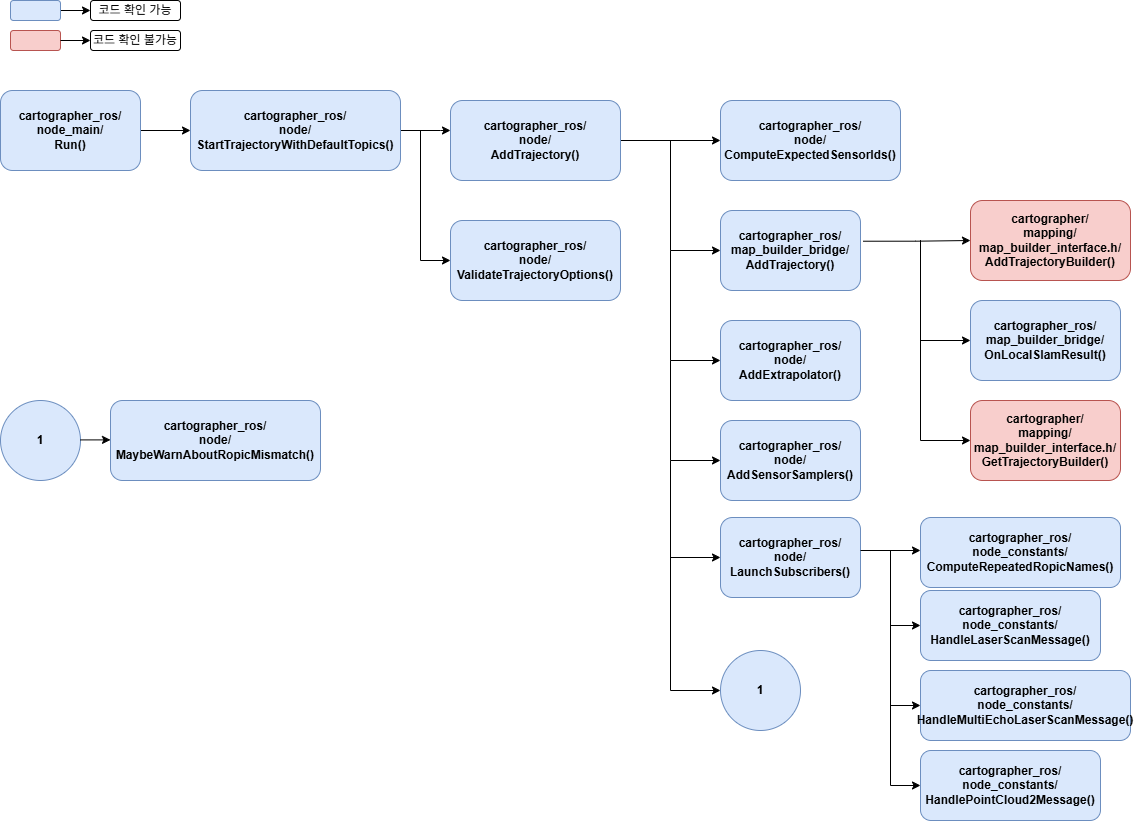
Before: ROS2 code/logic/cartographer_흐름도.png, a diagram exported from draw.io (LeeMin-git/logic). Source tidied: cells renumbered, new cells last; positions are measured from the earlier drawing's top-left corner, leaving out a move shared by most shapes.
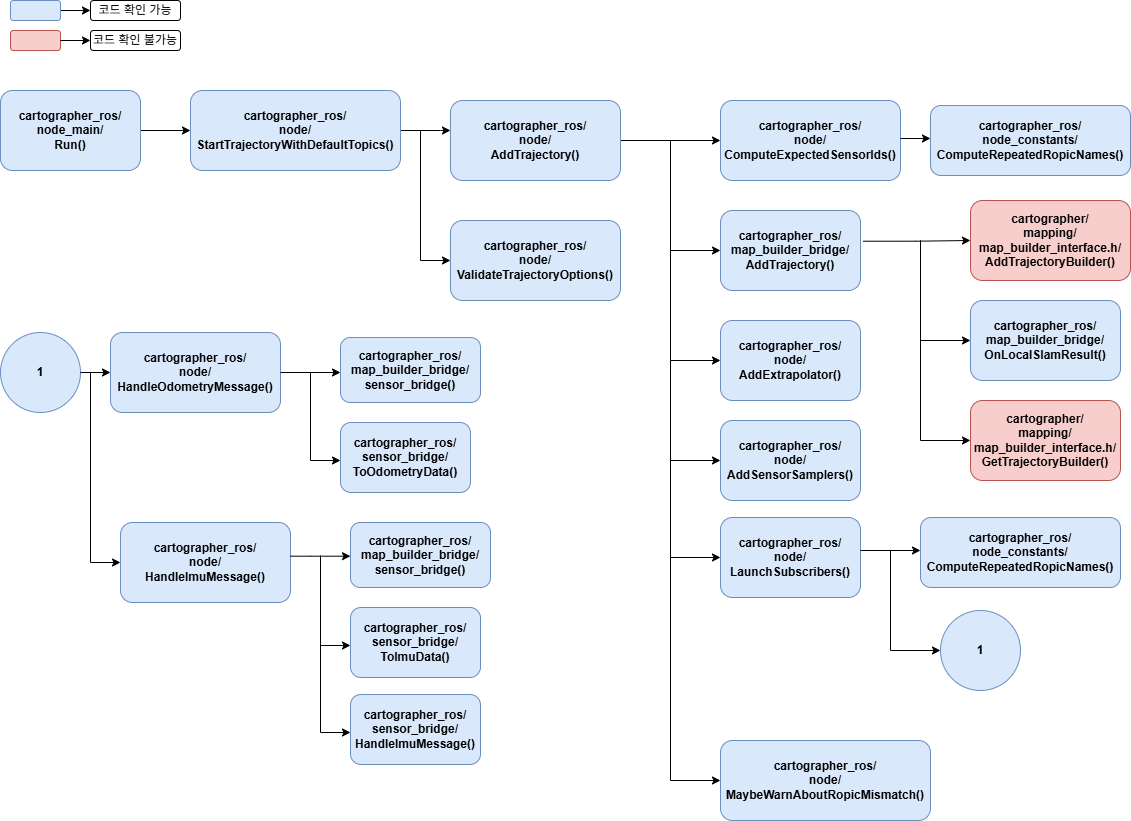
Above is the later version.

Change to the diagram source:
```diff
@@ -125,9 +125,9 @@
     <mxCell id="29" style="edgeStyle=orthogonalEdgeStyle;rounded=0;orthogonalLoop=1;jettySize=auto;html=1;entryX=0;entryY=0.5;entryDx=0;entryDy=0;" parent="1" edge="1">
       <mxGeometry relative="1" as="geometry">
         <mxPoint x="670" y="550" as="sourcePoint" />
-        <mxPoint x="720" y="690" as="targetPoint" />
+        <mxPoint x="720" y="780" as="targetPoint" />
         <Array as="points">
-          <mxPoint x="670.1" y="690" />
+          <mxPoint x="670.1" y="780" />
         </Array>
       </mxGeometry>
     </mxCell>
@@ -153,52 +153,113 @@
     <mxCell id="33" value="&lt;b&gt;cartographer_ros/&lt;/b&gt;&lt;div&gt;&lt;b&gt;node_constants/&lt;br&gt;ComputeRepeatedRopicNames()&lt;/b&gt;&lt;/div&gt;" style="whiteSpace=wrap;html=1;fillColor=#dae8fc;strokeColor=#6c8ebf;rounded=1;" parent="1" vertex="1">
       <mxGeometry x="920" y="517" width="200" height="70" as="geometry" />
     </mxCell>
-    <mxCell id="34" value="&lt;b&gt;cartographer_ros/&lt;/b&gt;&lt;div&gt;&lt;b&gt;node_constants/&lt;br&gt;HandleLaserScanMessage()&lt;/b&gt;&lt;/div&gt;" style="whiteSpace=wrap;html=1;fillColor=#dae8fc;strokeColor=#6c8ebf;rounded=1;" parent="1" vertex="1">
-      <mxGeometry x="920" y="590" width="180" height="70" as="geometry" />
-    </mxCell>
-    <mxCell id="35" style="edgeStyle=orthogonalEdgeStyle;rounded=0;jettySize=auto;html=1;entryX=0;entryY=0.5;entryDx=0;entryDy=0;" parent="1" edge="1" target="34">
-      <mxGeometry relative="1" as="geometry">
-        <mxPoint x="890" y="550" as="sourcePoint" />
-        <Array as="points">
-          <mxPoint x="890" y="625" />
-        </Array>
-      </mxGeometry>
-    </mxCell>
-    <mxCell id="36" value="&lt;b&gt;cartographer_ros/&lt;/b&gt;&lt;div&gt;&lt;b&gt;node_constants/&lt;br&gt;HandleMultiEchoLaserScanMessage()&lt;/b&gt;&lt;/div&gt;" style="whiteSpace=wrap;html=1;fillColor=#dae8fc;strokeColor=#6c8ebf;rounded=1;" parent="1" vertex="1">
-      <mxGeometry x="920" y="670" width="210" height="70" as="geometry" />
-    </mxCell>
-    <mxCell id="37" style="edgeStyle=orthogonalEdgeStyle;rounded=0;jettySize=auto;html=1;entryX=0;entryY=0.5;entryDx=0;entryDy=0;" parent="1" edge="1" target="36">
-      <mxGeometry relative="1" as="geometry">
-        <mxPoint x="890" y="610" as="sourcePoint" />
-        <Array as="points">
-          <mxPoint x="890" y="705" />
-        </Array>
-      </mxGeometry>
-    </mxCell>
-    <mxCell id="38" value="&lt;b&gt;cartographer_ros/&lt;/b&gt;&lt;div&gt;&lt;b&gt;node_constants/&lt;br&gt;HandlePointCloud2Message()&lt;/b&gt;&lt;/div&gt;" style="whiteSpace=wrap;html=1;fillColor=#dae8fc;strokeColor=#6c8ebf;rounded=1;" parent="1" vertex="1">
-      <mxGeometry x="920" y="750" width="180" height="70" as="geometry" />
-    </mxCell>
-    <mxCell id="39" style="edgeStyle=orthogonalEdgeStyle;rounded=0;jettySize=auto;html=1;entryX=0;entryY=0.5;entryDx=0;entryDy=0;" parent="1" edge="1" target="38">
-      <mxGeometry relative="1" as="geometry">
-        <mxPoint x="890" y="690" as="sourcePoint" />
-        <Array as="points">
-          <mxPoint x="890" y="785" />
-        </Array>
-      </mxGeometry>
-    </mxCell>
     <mxCell id="40" value="&lt;b&gt;cartographer_ros/&lt;br&gt;node&lt;/b&gt;&lt;b style=&quot;background-color: transparent; color: light-dark(rgb(0, 0, 0), rgb(255, 255, 255));&quot;&gt;/&lt;/b&gt;&lt;div&gt;&lt;b&gt;MaybeWarnAboutRopicMismatch()&lt;/b&gt;&lt;/div&gt;" style="whiteSpace=wrap;html=1;fillColor=#dae8fc;strokeColor=#6c8ebf;rounded=1;" parent="1" vertex="1">
-      <mxGeometry x="110" y="400" width="210" height="80" as="geometry" />
+      <mxGeometry x="720" y="740" width="210" height="80" as="geometry" />
     </mxCell>
-    <mxCell id="41" value="&lt;b&gt;1&lt;/b&gt;" style="ellipse;whiteSpace=wrap;html=1;fillColor=#dae8fc;strokeColor=#6c8ebf;" parent="1" vertex="1">
-      <mxGeometry x="720" y="650" width="80" height="80" as="geometry" />
-    </mxCell>
-    <mxCell id="42" value="&lt;b&gt;1&lt;/b&gt;" style="ellipse;whiteSpace=wrap;html=1;fillColor=#dae8fc;strokeColor=#6c8ebf;" parent="1" vertex="1">
-      <mxGeometry y="400" width="80" height="80" as="geometry" />
-    </mxCell>
-    <mxCell id="43" style="edgeStyle=orthogonalEdgeStyle;rounded=0;jettySize=auto;html=1;entryX=0;entryY=0.5;entryDx=0;entryDy=0;" parent="1" edge="1" target="40">
-      <mxGeometry relative="1" as="geometry">
-        <mxPoint x="80" y="439.4" as="sourcePoint" />
-      </mxGeometry>
-    </mxCell>
+    <mxCell id="44" style="edgeStyle=orthogonalEdgeStyle;rounded=0;jettySize=auto;html=1;" parent="1" edge="1" target="45">
+      <mxGeometry relative="1" as="geometry">
+        <mxPoint x="900" y="138" as="sourcePoint" />
+        <Array as="points">
+          <mxPoint x="900" y="138" />
+        </Array>
+      </mxGeometry>
+    </mxCell>
+    <mxCell id="45" value="&lt;b&gt;cartographer_ros/&lt;/b&gt;&lt;div&gt;&lt;b&gt;node_constants/&lt;br&gt;ComputeRepeatedRopicNames()&lt;/b&gt;&lt;/div&gt;" style="whiteSpace=wrap;html=1;fillColor=#dae8fc;strokeColor=#6c8ebf;rounded=1;" parent="1" vertex="1">
+      <mxGeometry x="930" y="105" width="200" height="70" as="geometry" />
+    </mxCell>
+    <mxCell id="46" style="edgeStyle=orthogonalEdgeStyle;rounded=0;orthogonalLoop=1;jettySize=auto;html=1;entryX=0;entryY=0.5;entryDx=0;entryDy=0;" parent="1" edge="1">
+      <mxGeometry relative="1" as="geometry">
+        <mxPoint x="890" y="550" as="sourcePoint" />
+        <mxPoint x="940" y="650" as="targetPoint" />
+        <Array as="points">
+          <mxPoint x="890" y="650" />
+        </Array>
+      </mxGeometry>
+    </mxCell>
+    <mxCell id="47" value="&lt;b&gt;cartographer_ros/&lt;br&gt;node/&lt;/b&gt;&lt;div&gt;&lt;b&gt;HandleOdometryMessage()&lt;/b&gt;&lt;/div&gt;" style="whiteSpace=wrap;html=1;fillColor=#dae8fc;strokeColor=#6c8ebf;rounded=1;" parent="1" vertex="1">
+      <mxGeometry x="110" y="332" width="170" height="80" as="geometry" />
+    </mxCell>
+    <mxCell id="48" style="edgeStyle=orthogonalEdgeStyle;rounded=0;jettySize=auto;html=1;" parent="1" edge="1" target="49">
+      <mxGeometry relative="1" as="geometry">
+        <mxPoint x="280" y="372" as="sourcePoint" />
+        <Array as="points">
+          <mxPoint x="280" y="372" />
+          <mxPoint x="280" y="372" />
+        </Array>
+      </mxGeometry>
+    </mxCell>
+    <mxCell id="49" value="&lt;b&gt;cartographer_ros/&lt;/b&gt;&lt;div&gt;&lt;b&gt;map_builder_bridge/&lt;br&gt;sensor_bridge()&lt;/b&gt;&lt;/div&gt;" style="whiteSpace=wrap;html=1;fillColor=#dae8fc;strokeColor=#6c8ebf;rounded=1;" parent="1" vertex="1">
+      <mxGeometry x="340" y="337" width="140" height="65" as="geometry" />
+    </mxCell>
+    <mxCell id="50" style="edgeStyle=orthogonalEdgeStyle;rounded=0;orthogonalLoop=1;jettySize=auto;html=1;entryX=0;entryY=0.5;entryDx=0;entryDy=0;" parent="1" edge="1">
+      <mxGeometry relative="1" as="geometry">
+        <mxPoint x="310" y="372" as="sourcePoint" />
+        <mxPoint x="340" y="460" as="targetPoint" />
+        <Array as="points">
+          <mxPoint x="310" y="460" />
+        </Array>
+      </mxGeometry>
+    </mxCell>
+    <mxCell id="51" value="&lt;b&gt;cartographer_ros/&lt;br&gt;sensor_bridge/&lt;/b&gt;&lt;div&gt;&lt;b&gt;ToOdometryData()&lt;/b&gt;&lt;/div&gt;" style="whiteSpace=wrap;html=1;fillColor=#dae8fc;strokeColor=#6c8ebf;rounded=1;" parent="1" vertex="1">
+      <mxGeometry x="340" y="422" width="130" height="70" as="geometry" />
+    </mxCell>
+    <mxCell id="52" value="&lt;b&gt;1&lt;/b&gt;" style="ellipse;whiteSpace=wrap;html=1;fillColor=#dae8fc;strokeColor=#6c8ebf;" parent="1" vertex="1">
+      <mxGeometry x="940" y="610" width="80" height="80" as="geometry" />
+    </mxCell>
+    <mxCell id="53" value="&lt;b&gt;1&lt;/b&gt;" style="ellipse;whiteSpace=wrap;html=1;fillColor=#dae8fc;strokeColor=#6c8ebf;" parent="1" vertex="1">
+      <mxGeometry y="332" width="80" height="80" as="geometry" />
+    </mxCell>
+    <mxCell id="54" style="endArrow=classic;html=1;rounded=0;entryX=0;entryY=0.5;entryDx=0;entryDy=0;" parent="1" edge="1" target="47">
+      <mxGeometry relative="1" as="geometry">
+        <mxPoint x="80" y="372" as="sourcePoint" />
+      </mxGeometry>
+    </mxCell>
+    <mxCell id="55" style="edgeStyle=orthogonalEdgeStyle;rounded=0;orthogonalLoop=1;jettySize=auto;html=1;entryX=0;entryY=0.5;entryDx=0;entryDy=0;" parent="1" edge="1">
+      <mxGeometry relative="1" as="geometry">
+        <mxPoint x="90" y="372" as="sourcePoint" />
+        <mxPoint x="120" y="562" as="targetPoint" />
+        <Array as="points">
+          <mxPoint x="90" y="562" />
+        </Array>
+      </mxGeometry>
+    </mxCell>
+    <mxCell id="56" value="&lt;b&gt;cartographer_ros/&lt;br&gt;node/&lt;/b&gt;&lt;div&gt;&lt;b&gt;HandleImuMessage()&lt;/b&gt;&lt;/div&gt;" style="whiteSpace=wrap;html=1;fillColor=#dae8fc;strokeColor=#6c8ebf;rounded=1;" parent="1" vertex="1">
+      <mxGeometry x="120" y="522" width="170" height="80" as="geometry" />
+    </mxCell>
+    <mxCell id="57" style="edgeStyle=orthogonalEdgeStyle;rounded=0;jettySize=auto;html=1;exitX=1;exitY=0.421;exitDx=0;exitDy=0;exitPerimeter=0;" parent="1" edge="1" source="56" target="58">
+      <mxGeometry relative="1" as="geometry">
+        <Array as="points">
+          <mxPoint x="310" y="555" />
+          <mxPoint x="310" y="555" />
+        </Array>
+      </mxGeometry>
+    </mxCell>
+    <mxCell id="58" value="&lt;b&gt;cartographer_ros/&lt;/b&gt;&lt;div&gt;&lt;b&gt;map_builder_bridge/&lt;br&gt;sensor_bridge()&lt;/b&gt;&lt;/div&gt;" style="whiteSpace=wrap;html=1;fillColor=#dae8fc;strokeColor=#6c8ebf;rounded=1;" parent="1" vertex="1">
+      <mxGeometry x="350" y="522" width="140" height="65" as="geometry" />
+    </mxCell>
+    <mxCell id="59" style="edgeStyle=orthogonalEdgeStyle;rounded=0;orthogonalLoop=1;jettySize=auto;html=1;entryX=0;entryY=0.5;entryDx=0;entryDy=0;" parent="1" edge="1">
+      <mxGeometry relative="1" as="geometry">
+        <mxPoint x="320" y="555" as="sourcePoint" />
+        <mxPoint x="350" y="645" as="targetPoint" />
+        <Array as="points">
+          <mxPoint x="320" y="645" />
+        </Array>
+      </mxGeometry>
+    </mxCell>
+    <mxCell id="60" value="&lt;b&gt;cartographer_ros/&lt;br&gt;sensor_bridge/&lt;/b&gt;&lt;div&gt;&lt;b&gt;ToImuData()&lt;/b&gt;&lt;/div&gt;" style="whiteSpace=wrap;html=1;fillColor=#dae8fc;strokeColor=#6c8ebf;rounded=1;" parent="1" vertex="1">
+      <mxGeometry x="350" y="607" width="130" height="70" as="geometry" />
+    </mxCell>
+    <mxCell id="61" style="edgeStyle=orthogonalEdgeStyle;rounded=0;orthogonalLoop=1;jettySize=auto;html=1;entryX=0;entryY=0.5;entryDx=0;entryDy=0;" parent="1" edge="1">
+      <mxGeometry relative="1" as="geometry">
+        <mxPoint x="320" y="642" as="sourcePoint" />
+        <mxPoint x="350" y="732" as="targetPoint" />
+        <Array as="points">
+          <mxPoint x="320" y="732" />
+        </Array>
+      </mxGeometry>
+    </mxCell>
+    <mxCell id="62" value="&lt;b&gt;cartographer_ros/&lt;br&gt;sensor_bridge/&lt;/b&gt;&lt;div&gt;&lt;b&gt;HandleImuMessage()&lt;/b&gt;&lt;/div&gt;" style="whiteSpace=wrap;html=1;fillColor=#dae8fc;strokeColor=#6c8ebf;rounded=1;" parent="1" vertex="1">
+      <mxGeometry x="350" y="694" width="130" height="70" as="geometry" />
+    </mxCell>
   </root>
 </mxGraphModel>
```
